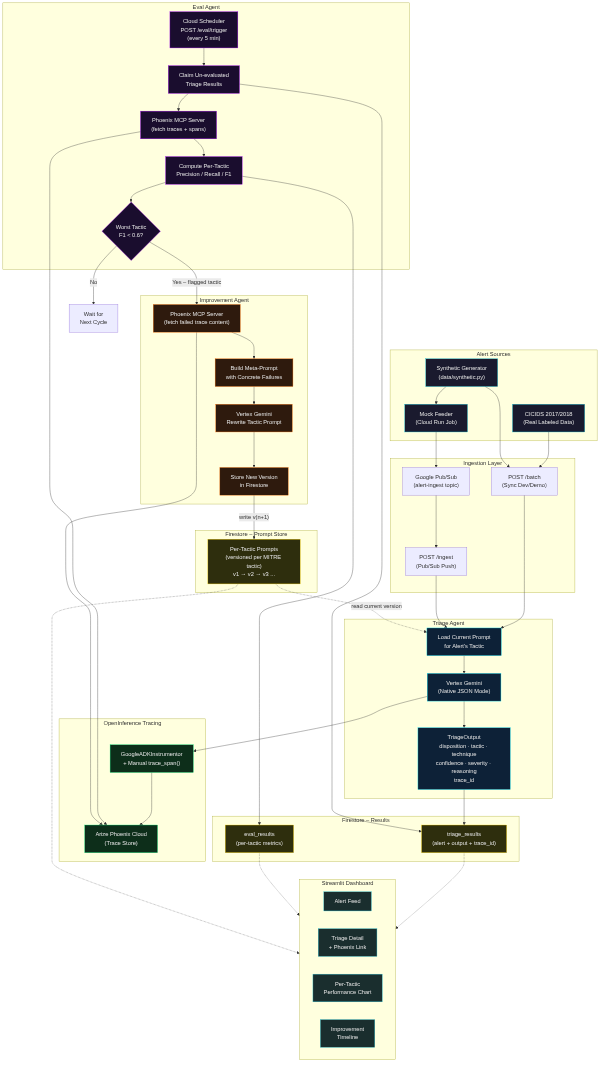
Before: augur-flow-diagram.png, a diagram exported from Mermaid (sarahsl-prog/Augur). Its source is kept beside it as docs/augur-flow-diagram.mmd.
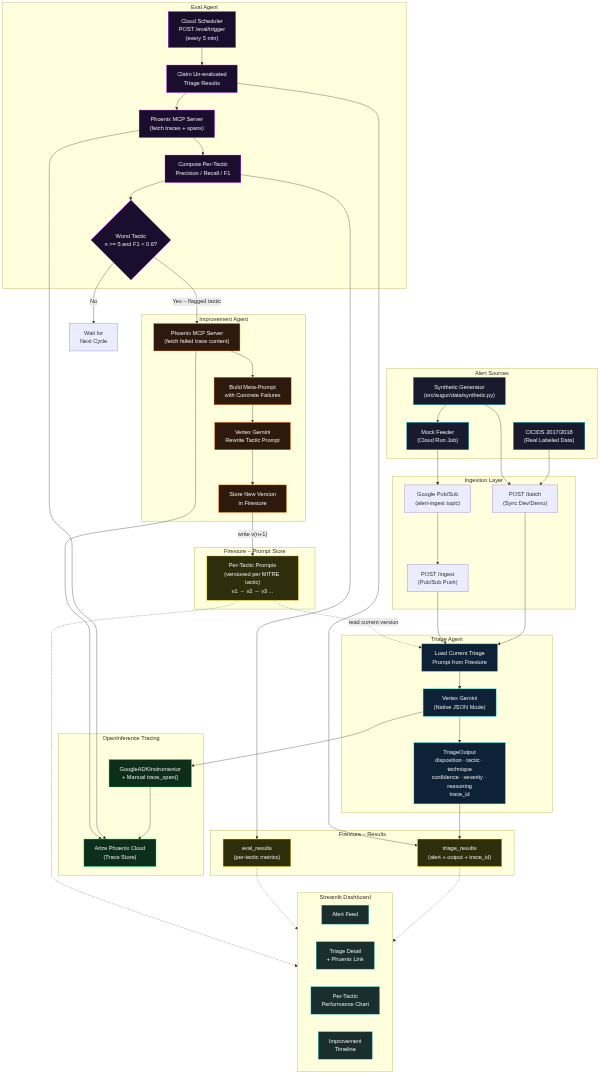
The same diagram one commit later.

Commit message:
fix: Address review feedback on flow diagram

- Use full module path src/augur/data/synthetic.py
- Add n >= 5 guard to eval flagging condition
- Reword triage prompt loading node to avoid implying tactic is pre-known

https://claude.ai/code/session_01SUCDYcSid3Ji6B4w4NEhpi

Diff of the diagram source:
```diff
@@ -1,7 +1,7 @@
 flowchart TB
     subgraph INPUT["Alert Sources"]
         CICIDS["CICIDS 2017/2018\n(Real Labeled Data)"]
-        SYNTH["Synthetic Generator\n(data/synthetic.py)"]
+        SYNTH["Synthetic Generator\n(src/augur/data/synthetic.py)"]
         FEEDER["Mock Feeder\n(Cloud Run Job)"]
     end
 
@@ -16,7 +16,7 @@
     end
 
     subgraph TRIAGE["Triage Agent"]
-        LOAD_PROMPT["Load Current Prompt\nfor Alert's Tactic"]
+        LOAD_PROMPT["Load Current Triage\nPrompt from Firestore"]
         GEMINI_CALL["Vertex Gemini\n(Native JSON Mode)"]
         TRIAGE_OUT["TriageOutput\ndisposition · tactic · technique\nconfidence · severity · reasoning\ntrace_id"]
     end
@@ -36,7 +36,7 @@
         CLAIM["Claim Un-evaluated\nTriage Results"]
         MCP_EVAL["Phoenix MCP Server\n(fetch traces + spans)"]
         METRICS["Compute Per-Tactic\nPrecision / Recall / F1"]
-        FLAG{"Worst Tactic\nF1 < 0.6?"}
+        FLAG{"Worst Tactic\nn >= 5 and F1 < 0.6?"}
     end
 
     subgraph IMPROVE["Improvement Agent"]
```
